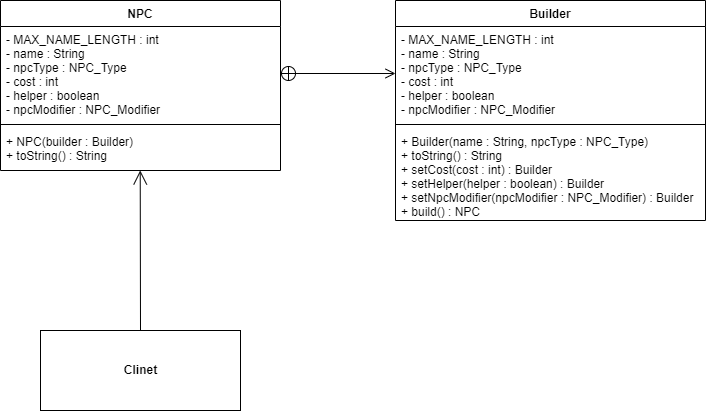
Before: app/src/main/resources/builder/Builder_Pattern.drawio.png, a diagram exported from draw.io (jongHyeon0000/DesignPattern-example). Source tidied: cells renumbered, new cells last; positions are measured from the earlier drawing's top-left corner, leaving out a move shared by most shapes. The source it was exported from:
```xml
<mxGraphModel>
  <root>
    <mxCell id="0" />
    <mxCell id="1" parent="0" />
    <mxCell id="2" value="NPC" style="swimlane;fontStyle=1;align=center;verticalAlign=top;horizontal=1;startSize=26;" parent="1" vertex="1">
      <mxGeometry width="280" height="170" as="geometry" />
    </mxCell>
    <mxCell id="3" value="- MAX_NAME_LENGTH : int&#10;- name : String&#10;- npcType : NPC_Type&#10;- cost : int&#10;- helper : boolean&#10;- npcModifier : NPC_Modifier " style="text;strokeColor=none;fillColor=none;align=left;verticalAlign=top;spacingLeft=4;spacingRight=4;overflow=hidden;points=[[0,0.5],[1,0.5]];portConstraint=eastwest;" parent="2" vertex="1">
      <mxGeometry y="26" width="280" height="94" as="geometry" />
    </mxCell>
    <mxCell id="4" style="line;strokeWidth=1;fillColor=none;align=left;verticalAlign=middle;spacingTop=-1;spacingLeft=3;spacingRight=3;labelPosition=right;" parent="2" vertex="1">
      <mxGeometry y="120" width="280" height="8" as="geometry" />
    </mxCell>
    <mxCell id="5" value="+ NPC(builder : Builder)&#10;+ toString() : String" style="text;strokeColor=none;fillColor=none;align=left;verticalAlign=top;spacingLeft=4;spacingRight=4;overflow=hidden;points=[[0,0.5],[1,0.5]];portConstraint=eastwest;" parent="2" vertex="1">
      <mxGeometry y="128" width="280" height="42" as="geometry" />
    </mxCell>
    <mxCell id="6" value="Builder" style="swimlane;fontStyle=1;align=center;verticalAlign=top;horizontal=1;startSize=26;" parent="1" vertex="1">
      <mxGeometry x="395" width="310" height="220" as="geometry" />
    </mxCell>
    <mxCell id="7" value="- MAX_NAME_LENGTH : int&#10;- name : String&#10;- npcType : NPC_Type&#10;- cost : int&#10;- helper : boolean&#10;- npcModifier : NPC_Modifier " style="text;strokeColor=none;fillColor=none;align=left;verticalAlign=top;spacingLeft=4;spacingRight=4;overflow=hidden;points=[[0,0.5],[1,0.5]];portConstraint=eastwest;" parent="6" vertex="1">
      <mxGeometry y="26" width="310" height="94" as="geometry" />
    </mxCell>
    <mxCell id="8" style="line;strokeWidth=1;fillColor=none;align=left;verticalAlign=middle;spacingTop=-1;spacingLeft=3;spacingRight=3;labelPosition=right;" parent="6" vertex="1">
      <mxGeometry y="120" width="310" height="8" as="geometry" />
    </mxCell>
    <mxCell id="9" value="+ Builder(name : String, npcType : NPC_Type)&#10;+ toString() : String&#10;+ setCost(cost : int) : Builder&#10;+ setHelper(helper : boolean) : Builder&#10;+ setNpcModifier(npcModifier : NPC_Modifier) : Builder&#10;+ build() : NPC" style="text;strokeColor=none;fillColor=none;align=left;verticalAlign=top;spacingLeft=4;spacingRight=4;overflow=hidden;points=[[0,0.5],[1,0.5]];portConstraint=eastwest;" parent="6" vertex="1">
      <mxGeometry y="128" width="310" height="92" as="geometry" />
    </mxCell>
    <mxCell id="10" style="endArrow=open;startArrow=circlePlus;endFill=0;startFill=0;endSize=8;html=1;rounded=0;exitX=1;exitY=0.5;exitDx=0;exitDy=0;entryX=0;entryY=0.5;entryDx=0;entryDy=0;" parent="1" edge="1" source="3" target="7">
      <mxGeometry relative="1" as="geometry" />
    </mxCell>
    <mxCell id="11" value="&lt;b&gt;Clinet&lt;/b&gt;" style="html=1;" parent="1" vertex="1">
      <mxGeometry x="40" y="330" width="200" height="80" as="geometry" />
    </mxCell>
    <mxCell id="12" style="endArrow=open;endFill=1;endSize=12;html=1;rounded=0;exitX=0.5;exitY=0;exitDx=0;exitDy=0;entryX=0.499;entryY=0.999;entryDx=0;entryDy=0;entryPerimeter=0;" parent="1" edge="1" source="11" target="5">
      <mxGeometry relative="1" as="geometry" />
    </mxCell>
  </root>
</mxGraphModel>
```
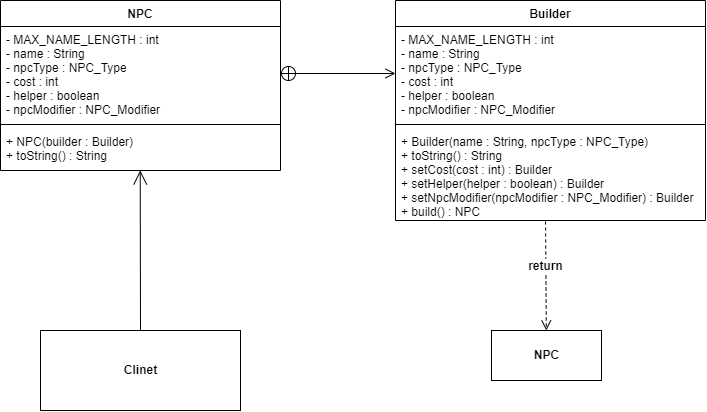
Later version of the same file.

Commit message:
Builder_Pattern.drawio.png이 추가되었습니다.

Change to the diagram source:
```diff
@@ -35,5 +35,11 @@
     <mxCell id="12" style="endArrow=open;endFill=1;endSize=12;html=1;rounded=0;exitX=0.5;exitY=0;exitDx=0;exitDy=0;entryX=0.499;entryY=0.999;entryDx=0;entryDy=0;entryPerimeter=0;" parent="1" edge="1" source="11" target="5">
       <mxGeometry relative="1" as="geometry" />
     </mxCell>
+    <mxCell id="13" value="return" style="html=1;verticalAlign=bottom;endArrow=open;dashed=1;endSize=8;rounded=0;exitX=0.484;exitY=1.011;exitDx=0;exitDy=0;exitPerimeter=0;fontSize=12;fontStyle=1;" parent="1" edge="1" source="9" target="14">
+      <mxGeometry x="0.01" relative="1" as="geometry" />
+    </mxCell>
+    <mxCell id="14" value="&lt;b&gt;NPC&lt;/b&gt;" style="html=1;fontSize=12;" parent="1" vertex="1">
+      <mxGeometry x="491" y="330" width="110" height="50" as="geometry" />
+    </mxCell>
   </root>
 </mxGraphModel>
```
